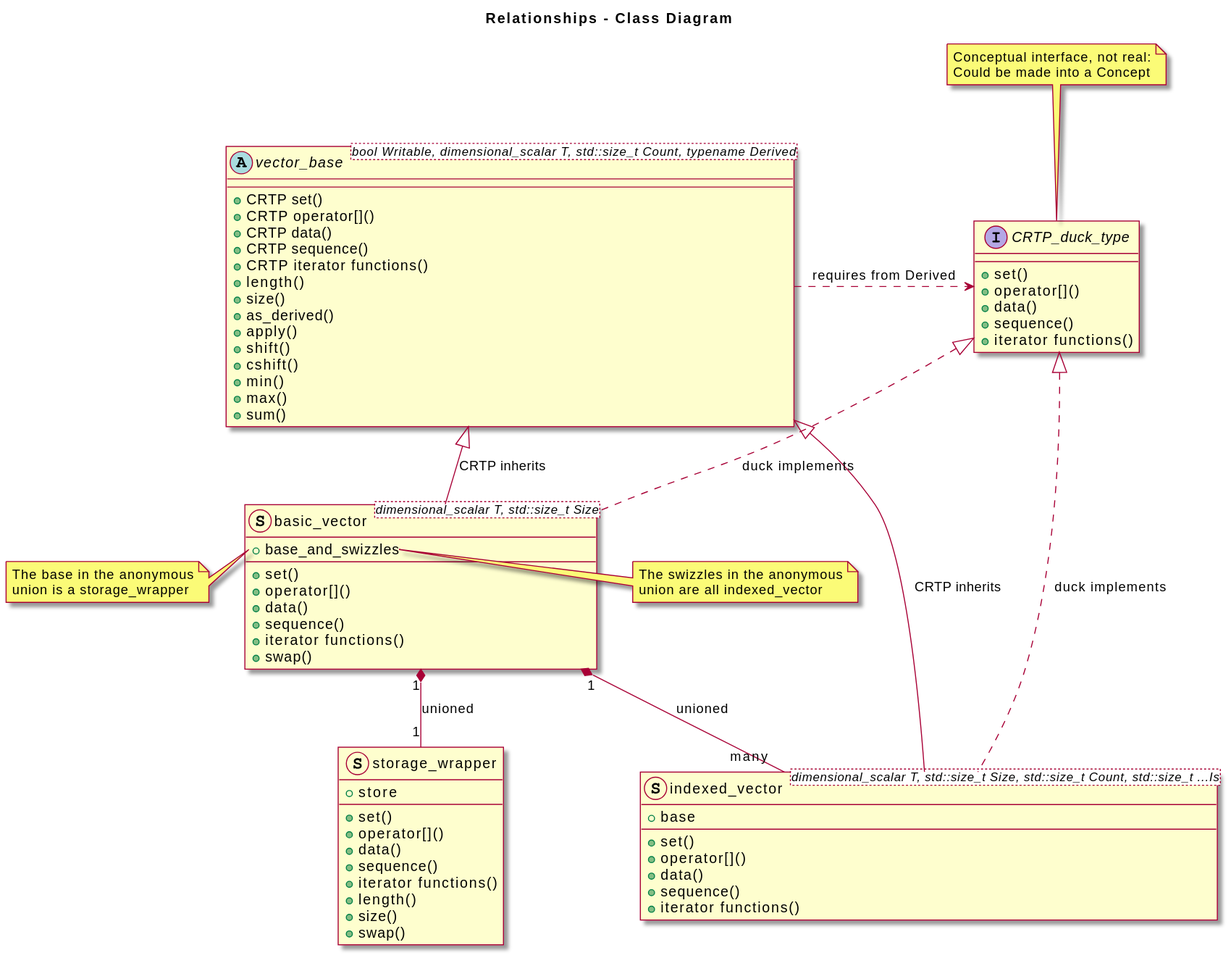
This is docs/vec_base_uml.svg from davidbrowne/dsga, a PlantUML export, as it was before one commit.
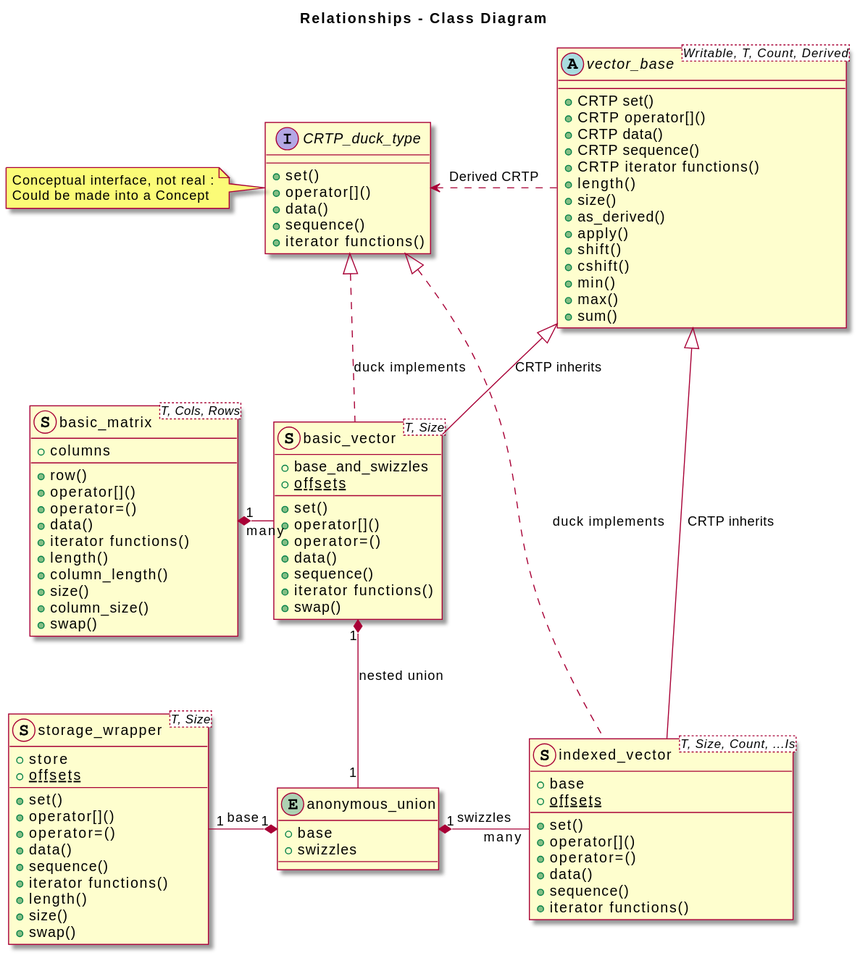
Above is the later version.

Commit message:
refactoring docs, dsga::basic_matrix, dsga::vector_base

What changed in the source:
```diff
@@ -1,7 +1,7 @@
 @startuml
 skin rose
 		title Relationships - Class Diagram
-	interface CRTP_duck_type
+		interface CRTP_duck_type
 	{
 		+set()
 			+ operator[]()
@@ -9,11 +9,11 @@
 			+ sequence()
 			+ iterator functions()
 	}
-	note top of CRTP_duck_type
-  Conceptual interface, not real:
-  Could be made into a Concept
-  end note
-	abstract vector_base <bool Writable, dimensional_scalar T, std::size_t Count, typename Derived>
+	note left of CRTP_duck_type
+		Conceptual interface, not real :
+		Could be made into a Concept
+		end note
+		abstract vector_base <Writable, T, Count, Derived>
 	{
 		+CRTP set()
 			+ CRTP operator[]()
@@ -30,29 +30,30 @@
 			+ max()
 			+ sum()
 	}
-	struct basic_vector<dimensional_scalar T, std::size_t Size>
+	struct basic_vector<T, Size>
 	{
 		+base_and_swizzles
+			+ {static} offsets
 			+ set()
 			+ operator[]()
+			+ operator=()
 			+ data()
 			+ sequence()
 			+ iterator functions()
 			+ swap()
 	}
-	note left of basic_vector::base_and_swizzles
-  The base in the anonymous
-  union is a storage_wrapper
-  end note
-	note right of basic_vector::base_and_swizzles
-  The swizzles in the anonymous
-  union are all indexed_vector
-  end note
-	struct storage_wrapper
+	entity anonymous_union
+		{
+		+base
+		+swizzles
+		}
+		struct storage_wrapper<T, Size>
 	{
 		+store
+			+ {static} offsets
 			+ set()
 			+ operator[]()
+			+ operator=()
 			+ data()
 			+ sequence()
 			+ iterator functions()
@@ -60,20 +61,38 @@
 			+ size()
 			+ swap()
 	}
-	struct indexed_vector<dimensional_scalar T, std::size_t Size, std::size_t Count, std::size_t ...Is>
+	struct indexed_vector<T, Size, Count, ...Is>
 	{
 		+base
+			+ {static} offsets
 			+ set()
 			+ operator[]()
+			+ operator=()
 			+ data()
 			+ sequence()
 			+ iterator functions()
 	}
+	struct basic_matrix<T, Cols, Rows>
+	{
+		+columns
+			+ row()
+			+ operator[]()
+			+ operator=()
+			+ data()
+			+ iterator functions()
+			+ length()
+			+ column_length()
+			+ size()
+			+ column_size()
+			+ swap()
+	}
 	vector_base <|-down- basic_vector: CRTP inherits
 		vector_base <|-down- indexed_vector : CRTP inherits
-		CRTP_duck_type ^..  basic_vector : duck implements
-		CRTP_duck_type ^..  indexed_vector : duck implements
-		basic_vector "1" *-down- "1" storage_wrapper : unioned
-		basic_vector "1" *-down- "many" indexed_vector : unioned
-		CRTP_duck_type <.left. vector_base : requires from Derived
+		CRTP_duck_type ^..basic_vector : duck implements
+		CRTP_duck_type ^..indexed_vector : duck implements
+		anonymous_union "1" *-left- "1" storage_wrapper : base
+		anonymous_union "1" *-right- "many" indexed_vector : swizzles
+		basic_vector "1" *-- "1" anonymous_union : nested union
+		CRTP_duck_type <.right.vector_base : Derived CRTP
+		basic_matrix "1" *-right- "many" basic_vector
 @enduml
```
